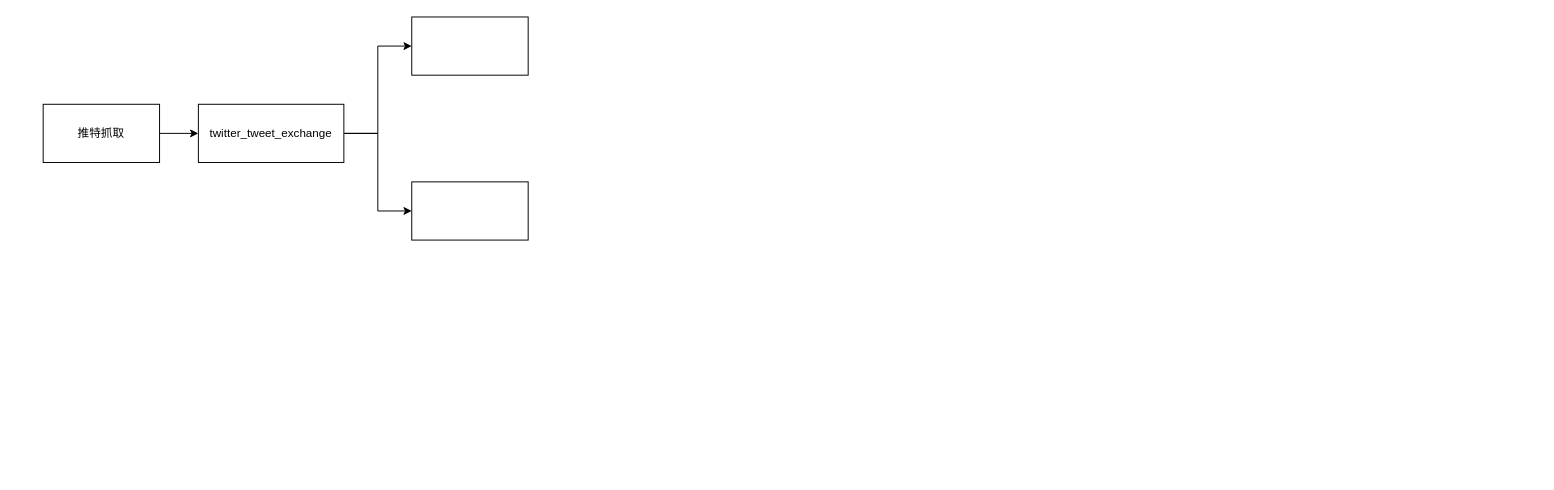
Above: 数字货币量化交易系统队列示意图.drawio in zhangguo2002/project_diagram (draw.io), before the change. Source tidied: cells renumbered, new cells numbered last; positions are measured from the earlier drawing's top-left corner, leaving out a move shared by most shapes. Both pictures are drawn from the tidied source at 97%, with x=0, y=0 at pixel (43, 16).
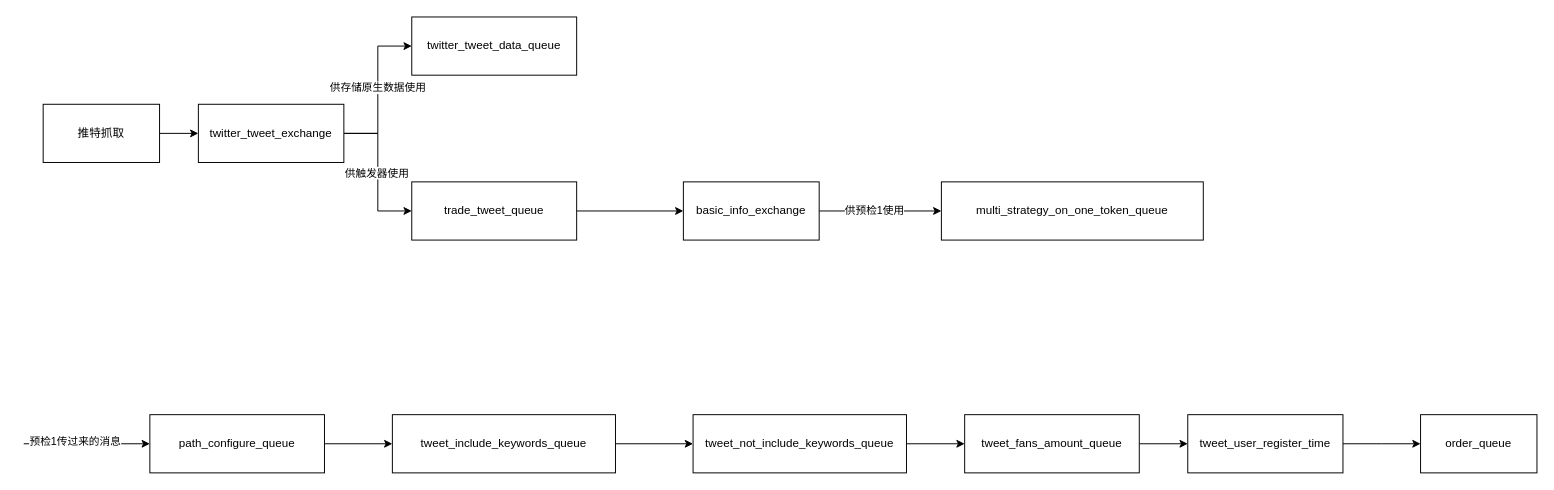
The same diagram, later.

Commit message:
更新数字货币量化交易系统队列示意图.drawio

The change refers to these unchanged cells:
```xml
<mxCell id="4" style="edgeStyle=orthogonalEdgeStyle;rounded=0;jettySize=auto;html=1;entryX=0;entryY=0.5;entryDx=0;entryDy=0;" parent="1" edge="1" source="6" target="7">
  <mxGeometry relative="1" as="geometry" />
</mxCell>
<mxCell id="5" style="edgeStyle=orthogonalEdgeStyle;rounded=0;jettySize=auto;html=1;entryX=0;entryY=0.5;entryDx=0;entryDy=0;" parent="1" edge="1" source="6" target="8">
  <mxGeometry relative="1" as="geometry" />
</mxCell>
```

Diff of the diagram source:
```diff
@@
+    <mxCell id="9" value="供存储原生数据使用" style="edgeLabel;html=1;align=center;verticalAlign=middle;" parent="4" vertex="1">
+      <mxGeometry x="0.04" y="1" relative="1" as="geometry" />
+    </mxCell>
@@
+    <mxCell id="10" value="供触发器使用" style="edgeLabel;html=1;align=center;verticalAlign=middle;" parent="5" vertex="1">
+      <mxGeometry y="-2" relative="1" as="geometry" />
+    </mxCell>
@@
-    <mxCell id="7" style="rounded=0;whiteSpace=wrap;html=1;" parent="1" vertex="1">
-      <mxGeometry x="380" width="120" height="60" as="geometry" />
+    <mxCell id="7" value="twitter_tweet_data_queue" style="rounded=0;whiteSpace=wrap;html=1;" parent="1" vertex="1">
+      <mxGeometry x="380" width="170" height="60" as="geometry" />
     </mxCell>
+    <mxCell id="11" style="edgeStyle=orthogonalEdgeStyle;rounded=0;jettySize=auto;html=1;" parent="1" edge="1" source="8">
+      <mxGeometry relative="1" as="geometry">
+        <mxPoint x="660" y="200" as="targetPoint" />
+      </mxGeometry>
+    </mxCell>
-    <mxCell id="8" style="rounded=0;whiteSpace=wrap;html=1;" parent="1" vertex="1">
-      <mxGeometry x="380" y="170" width="120" height="60" as="geometry" />
+    <mxCell id="8" value="trade_tweet_queue" style="rounded=0;whiteSpace=wrap;html=1;" parent="1" vertex="1">
+      <mxGeometry x="380" y="170" width="170" height="60" as="geometry" />
     </mxCell>
+    <mxCell id="12" style="edgeStyle=orthogonalEdgeStyle;rounded=0;jettySize=auto;html=1;entryX=0;entryY=0.5;entryDx=0;entryDy=0;" parent="1" edge="1" source="14" target="15">
+      <mxGeometry relative="1" as="geometry" />
+    </mxCell>
+    <mxCell id="13" value="供预检1使用" style="edgeLabel;html=1;align=center;verticalAlign=middle;" parent="12" vertex="1">
+      <mxGeometry x="-0.11" y="1" relative="1" as="geometry" />
+    </mxCell>
+    <mxCell id="14" value="basic_info_exchange" style="rounded=0;whiteSpace=wrap;html=1;" parent="1" vertex="1">
+      <mxGeometry x="660" y="170" width="140" height="60" as="geometry" />
+    </mxCell>
+    <mxCell id="15" value="multi_strategy_on_one_token_queue" style="rounded=0;whiteSpace=wrap;html=1;" parent="1" vertex="1">
+      <mxGeometry x="926" y="170" width="270" height="60" as="geometry" />
+    </mxCell>
+    <mxCell id="16" style="edgeStyle=orthogonalEdgeStyle;rounded=0;jettySize=auto;html=1;" parent="1" edge="1" source="17" target="21">
+      <mxGeometry relative="1" as="geometry" />
+    </mxCell>
+    <mxCell id="17" value="path_configure_queue" style="rounded=0;whiteSpace=wrap;html=1;" parent="1" vertex="1">
+      <mxGeometry x="110" y="410" width="180" height="60" as="geometry" />
+    </mxCell>
+    <mxCell id="18" style="endArrow=classic;html=1;rounded=0;entryX=0;entryY=0.5;entryDx=0;entryDy=0;" parent="1" edge="1" target="17">
+      <mxGeometry relative="1" as="geometry">
+        <mxPoint x="-20" y="440" as="sourcePoint" />
+      </mxGeometry>
+    </mxCell>
+    <mxCell id="19" value="预检1传过来的消息" style="edgeLabel;html=1;align=center;verticalAlign=middle;" parent="18" vertex="1">
+      <mxGeometry x="-0.2" y="3" relative="1" as="geometry" />
+    </mxCell>
+    <mxCell id="20" style="edgeStyle=orthogonalEdgeStyle;rounded=0;jettySize=auto;html=1;" parent="1" edge="1" source="21" target="23">
+      <mxGeometry relative="1" as="geometry" />
+    </mxCell>
+    <mxCell id="21" value="tweet_include_keywords_queue" style="rounded=0;whiteSpace=wrap;html=1;" parent="1" vertex="1">
+      <mxGeometry x="360" y="410" width="230" height="60" as="geometry" />
+    </mxCell>
+    <mxCell id="22" style="edgeStyle=orthogonalEdgeStyle;rounded=0;jettySize=auto;html=1;" parent="1" edge="1" source="23" target="25">
+      <mxGeometry relative="1" as="geometry" />
+    </mxCell>
+    <mxCell id="23" value="tweet_not_include_keywords_queue" style="rounded=0;whiteSpace=wrap;html=1;" parent="1" vertex="1">
+      <mxGeometry x="670" y="410" width="220" height="60" as="geometry" />
+    </mxCell>
+    <mxCell id="24" style="edgeStyle=orthogonalEdgeStyle;rounded=0;jettySize=auto;html=1;" parent="1" edge="1" source="25" target="27">
+      <mxGeometry relative="1" as="geometry" />
+    </mxCell>
+    <mxCell id="25" value="tweet_fans_amount_queue" style="rounded=0;whiteSpace=wrap;html=1;" parent="1" vertex="1">
+      <mxGeometry x="950" y="410" width="180" height="60" as="geometry" />
+    </mxCell>
+    <mxCell id="26" style="edgeStyle=orthogonalEdgeStyle;rounded=0;jettySize=auto;html=1;" parent="1" edge="1" source="27">
+      <mxGeometry relative="1" as="geometry">
+        <mxPoint x="1420" y="440" as="targetPoint" />
+      </mxGeometry>
+    </mxCell>
+    <mxCell id="27" value="tweet_user_register_time" style="rounded=0;whiteSpace=wrap;html=1;" parent="1" vertex="1">
+      <mxGeometry x="1180" y="410" width="160" height="60" as="geometry" />
+    </mxCell>
+    <mxCell id="28" value="order_queue" style="rounded=0;whiteSpace=wrap;html=1;" parent="1" vertex="1">
+      <mxGeometry x="1420" y="410" width="120" height="60" as="geometry" />
+    </mxCell>
```
